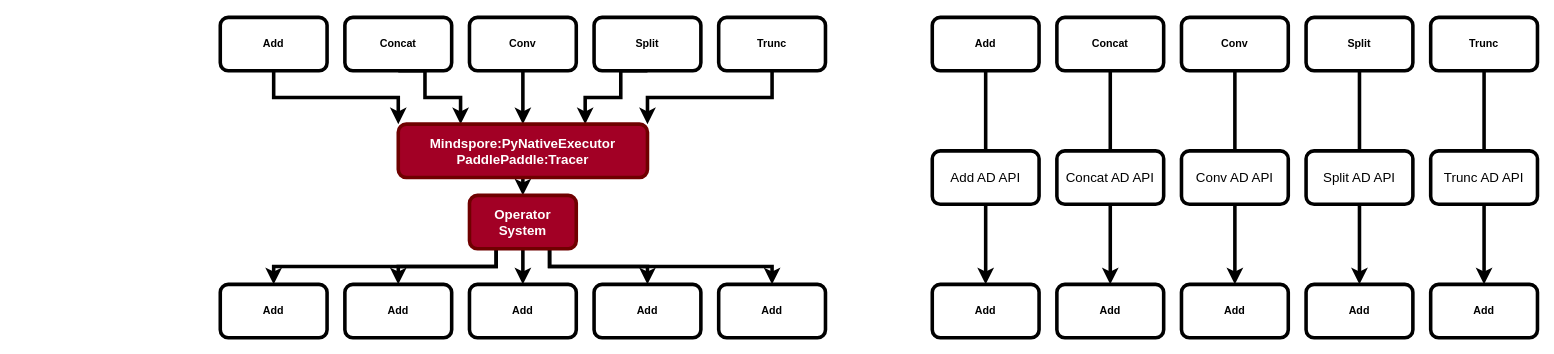
JiabinYang/Doc keeps this draw.io diagram as MindSpore2Paddle.drawio. Above is the earlier version. Source tidied: cells renumbered, new cells numbered last; positions are measured from the earlier drawing's top-left corner, leaving out a move shared by most shapes. Both pictures are drawn from the tidied source at 89%, with x=0, y=0 at pixel (220, 17).
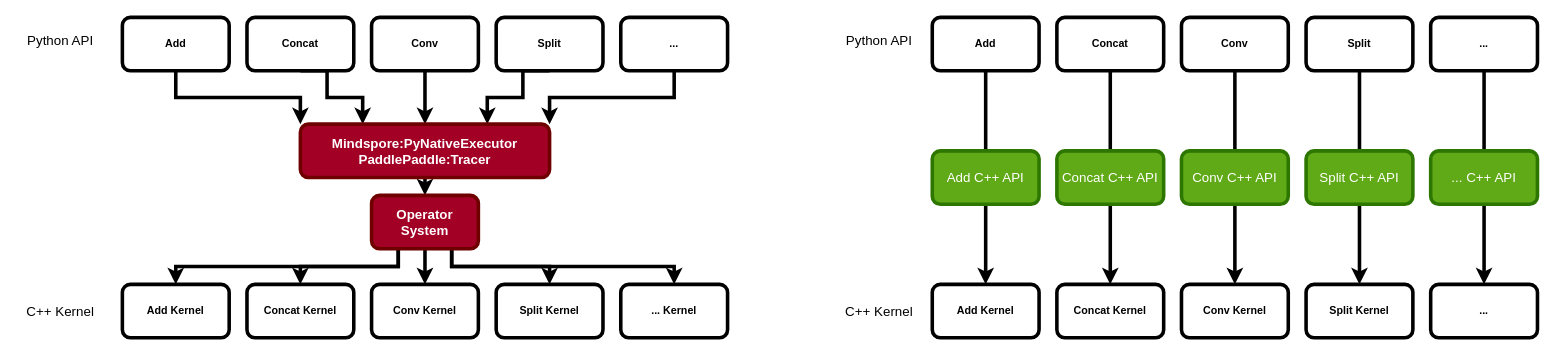
The same diagram, later.

Diff of the diagram source:
```diff
@@
     <mxCell id="3" value="Add" style="rounded=1;whiteSpace=wrap;html=1;strokeWidth=4;fontStyle=1;" parent="1" vertex="1">
-      <mxGeometry width="120" height="60" as="geometry" />
+      <mxGeometry x="-110" width="120" height="60" as="geometry" />
     </mxCell>
@@
-    <mxCell id="5" value="Trunc" style="rounded=1;whiteSpace=wrap;html=1;strokeWidth=4;fontStyle=1;" parent="1" vertex="1">
-      <mxGeometry x="560" width="120" height="60" as="geometry" />
+    <mxCell id="5" value="..." style="rounded=1;whiteSpace=wrap;html=1;strokeWidth=4;fontStyle=1;" parent="1" vertex="1">
+      <mxGeometry x="450" width="120" height="60" as="geometry" />
     </mxCell>
     <mxCell id="6" style="edgeStyle=orthogonalEdgeStyle;rounded=0;jettySize=auto;html=1;exitX=0.5;exitY=1;exitDx=0;exitDy=0;entryX=0.75;entryY=0;entryDx=0;entryDy=0;strokeWidth=4;fontStyle=1;" parent="1" edge="1" source="7" target="18">
       <mxGeometry relative="1" as="geometry">
         <Array as="points">
-          <mxPoint x="450" y="60" />
-          <mxPoint x="450" y="90" />
-          <mxPoint x="410" y="90" />
+          <mxPoint x="340" y="60" />
+          <mxPoint x="340" y="90" />
+          <mxPoint x="300" y="90" />
         </Array>
       </mxGeometry>
     </mxCell>
     <mxCell id="7" value="Split" style="rounded=1;whiteSpace=wrap;html=1;strokeWidth=4;fontStyle=1;" parent="1" vertex="1">
-      <mxGeometry x="420" width="120" height="60" as="geometry" />
+      <mxGeometry x="310" width="120" height="60" as="geometry" />
     </mxCell>
@@
     <mxCell id="9" value="Conv" style="rounded=1;whiteSpace=wrap;html=1;strokeWidth=4;fontStyle=1;" parent="1" vertex="1">
-      <mxGeometry x="280" width="120" height="60" as="geometry" />
+      <mxGeometry x="170" width="120" height="60" as="geometry" />
     </mxCell>
     <mxCell id="10" style="edgeStyle=orthogonalEdgeStyle;rounded=0;jettySize=auto;html=1;exitX=0.5;exitY=1;exitDx=0;exitDy=0;entryX=0.25;entryY=0;entryDx=0;entryDy=0;strokeWidth=4;fontStyle=1;" parent="1" edge="1" source="11" target="18">
       <mxGeometry relative="1" as="geometry">
         <Array as="points">
-          <mxPoint x="230" y="60" />
-          <mxPoint x="230" y="90" />
-          <mxPoint x="270" y="90" />
+          <mxPoint x="120" y="60" />
+          <mxPoint x="120" y="90" />
+          <mxPoint x="160" y="90" />
         </Array>
       </mxGeometry>
     </mxCell>
     <mxCell id="11" value="Concat" style="rounded=1;whiteSpace=wrap;html=1;strokeWidth=4;fontStyle=1;" parent="1" vertex="1">
-      <mxGeometry x="140" width="120" height="60" as="geometry" />
+      <mxGeometry x="30" width="120" height="60" as="geometry" />
     </mxCell>
-    <mxCell id="12" value="Add" style="rounded=1;whiteSpace=wrap;html=1;strokeWidth=4;fontStyle=1;" parent="1" vertex="1">
-      <mxGeometry x="280" y="300" width="120" height="60" as="geometry" />
+    <mxCell id="12" value="Conv Kernel" style="rounded=1;whiteSpace=wrap;html=1;strokeWidth=4;fontStyle=1;" parent="1" vertex="1">
+      <mxGeometry x="170" y="300" width="120" height="60" as="geometry" />
     </mxCell>
-    <mxCell id="13" value="Add" style="rounded=1;whiteSpace=wrap;html=1;strokeWidth=4;fontStyle=1;" parent="1" vertex="1">
-      <mxGeometry y="300" width="120" height="60" as="geometry" />
+    <mxCell id="13" value="Add Kernel" style="rounded=1;whiteSpace=wrap;html=1;strokeWidth=4;fontStyle=1;" parent="1" vertex="1">
+      <mxGeometry x="-110" y="300" width="120" height="60" as="geometry" />
     </mxCell>
-    <mxCell id="14" value="Add" style="rounded=1;whiteSpace=wrap;html=1;strokeWidth=4;fontStyle=1;" parent="1" vertex="1">
-      <mxGeometry x="560" y="300" width="120" height="60" as="geometry" />
+    <mxCell id="14" value="... Kernel" style="rounded=1;whiteSpace=wrap;html=1;strokeWidth=4;fontStyle=1;" parent="1" vertex="1">
+      <mxGeometry x="450" y="300" width="120" height="60" as="geometry" />
     </mxCell>
-    <mxCell id="15" value="Add" style="rounded=1;whiteSpace=wrap;html=1;strokeWidth=4;fontStyle=1;" parent="1" vertex="1">
-      <mxGeometry x="420" y="300" width="120" height="60" as="geometry" />
+    <mxCell id="15" value="Split Kernel" style="rounded=1;whiteSpace=wrap;html=1;strokeWidth=4;fontStyle=1;" parent="1" vertex="1">
+      <mxGeometry x="310" y="300" width="120" height="60" as="geometry" />
     </mxCell>
-    <mxCell id="16" value="Add" style="rounded=1;whiteSpace=wrap;html=1;strokeWidth=4;fontStyle=1;" parent="1" vertex="1">
-      <mxGeometry x="140" y="300" width="120" height="60" as="geometry" />
+    <mxCell id="16" value="Concat Kernel" style="rounded=1;whiteSpace=wrap;html=1;strokeWidth=4;fontStyle=1;" parent="1" vertex="1">
+      <mxGeometry x="30" y="300" width="120" height="60" as="geometry" />
     </mxCell>
@@
     <mxCell id="18" value="Mindspore:PyNativeExecutor&lt;br style=&quot;font-size: 15px;&quot;&gt;PaddlePaddle:Tracer" style="rounded=1;whiteSpace=wrap;html=1;fillColor=#a20025;fontColor=#ffffff;strokeColor=#6F0000;fontStyle=1;fontSize=15;strokeWidth=4;" parent="1" vertex="1">
-      <mxGeometry x="200" y="120" width="280" height="60" as="geometry" />
+      <mxGeometry x="90" y="120" width="280" height="60" as="geometry" />
     </mxCell>
@@
     <mxCell id="24" value="Operator System" style="rounded=1;whiteSpace=wrap;html=1;fillColor=#a20025;fontColor=#ffffff;strokeColor=#6F0000;fontStyle=1;fontSize=15;strokeWidth=4;" parent="1" vertex="1">
-      <mxGeometry x="280" y="200" width="120" height="60" as="geometry" />
+      <mxGeometry x="170" y="200" width="120" height="60" as="geometry" />
     </mxCell>
@@
-    <mxCell id="29" value="Trunc" style="rounded=1;whiteSpace=wrap;html=1;strokeWidth=4;fontStyle=1;" parent="1" vertex="1">
+    <mxCell id="29" value="..." style="rounded=1;whiteSpace=wrap;html=1;strokeWidth=4;fontStyle=1;" parent="1" vertex="1">
       <mxGeometry x="1360" width="120" height="60" as="geometry" />
     </mxCell>
@@
-    <mxCell id="36" value="Add" style="rounded=1;whiteSpace=wrap;html=1;strokeWidth=4;fontStyle=1;" parent="1" vertex="1">
+    <mxCell id="36" value="Conv Kernel" style="rounded=1;whiteSpace=wrap;html=1;strokeWidth=4;fontStyle=1;" parent="1" vertex="1">
       <mxGeometry x="1080" y="300" width="120" height="60" as="geometry" />
     </mxCell>
-    <mxCell id="37" value="Add" style="rounded=1;whiteSpace=wrap;html=1;strokeWidth=4;fontStyle=1;" parent="1" vertex="1">
+    <mxCell id="37" value="Add Kernel" style="rounded=1;whiteSpace=wrap;html=1;strokeWidth=4;fontStyle=1;" parent="1" vertex="1">
       <mxGeometry x="800" y="300" width="120" height="60" as="geometry" />
     </mxCell>
-    <mxCell id="38" value="Add" style="rounded=1;whiteSpace=wrap;html=1;strokeWidth=4;fontStyle=1;" parent="1" vertex="1">
+    <mxCell id="38" value="..." style="rounded=1;whiteSpace=wrap;html=1;strokeWidth=4;fontStyle=1;" parent="1" vertex="1">
       <mxGeometry x="1360" y="300" width="120" height="60" as="geometry" />
     </mxCell>
-    <mxCell id="39" value="Add" style="rounded=1;whiteSpace=wrap;html=1;strokeWidth=4;fontStyle=1;" parent="1" vertex="1">
+    <mxCell id="39" value="Split Kernel" style="rounded=1;whiteSpace=wrap;html=1;strokeWidth=4;fontStyle=1;" parent="1" vertex="1">
       <mxGeometry x="1220" y="300" width="120" height="60" as="geometry" />
     </mxCell>
-    <mxCell id="40" value="Add" style="rounded=1;whiteSpace=wrap;html=1;strokeWidth=4;fontStyle=1;" parent="1" vertex="1">
+    <mxCell id="40" value="Concat Kernel" style="rounded=1;whiteSpace=wrap;html=1;strokeWidth=4;fontStyle=1;" parent="1" vertex="1">
       <mxGeometry x="940" y="300" width="120" height="60" as="geometry" />
     </mxCell>
-    <mxCell id="41" value="Add AD API" style="rounded=1;whiteSpace=wrap;html=1;fontSize=15;strokeWidth=4;" parent="1" vertex="1">
+    <mxCell id="41" value="Add C++ API" style="rounded=1;whiteSpace=wrap;html=1;fontSize=15;strokeWidth=4;fillColor=#60a917;fontColor=#ffffff;strokeColor=#2D7600;" parent="1" vertex="1">
       <mxGeometry x="800" y="150" width="120" height="60" as="geometry" />
     </mxCell>
-    <mxCell id="42" value="Conv AD API" style="rounded=1;whiteSpace=wrap;html=1;fontSize=15;strokeWidth=4;" parent="1" vertex="1">
+    <mxCell id="42" value="Conv C++ API" style="rounded=1;whiteSpace=wrap;html=1;fontSize=15;strokeWidth=4;fillColor=#60a917;fontColor=#ffffff;strokeColor=#2D7600;" parent="1" vertex="1">
       <mxGeometry x="1080" y="150" width="120" height="60" as="geometry" />
     </mxCell>
-    <mxCell id="43" value="Concat AD API" style="rounded=1;whiteSpace=wrap;html=1;fontSize=15;strokeWidth=4;" parent="1" vertex="1">
+    <mxCell id="43" value="Concat C++ API" style="rounded=1;whiteSpace=wrap;html=1;fontSize=15;strokeWidth=4;fillColor=#60a917;fontColor=#ffffff;strokeColor=#2D7600;" parent="1" vertex="1">
       <mxGeometry x="940" y="150" width="120" height="60" as="geometry" />
     </mxCell>
-    <mxCell id="44" value="Trunc AD API" style="rounded=1;whiteSpace=wrap;html=1;fontSize=15;strokeWidth=4;" parent="1" vertex="1">
+    <mxCell id="44" value="... C++ API" style="rounded=1;whiteSpace=wrap;html=1;fontSize=15;strokeWidth=4;fillColor=#60a917;fontColor=#ffffff;strokeColor=#2D7600;" parent="1" vertex="1">
       <mxGeometry x="1360" y="150" width="120" height="60" as="geometry" />
     </mxCell>
-    <mxCell id="45" value="Split AD API" style="rounded=1;whiteSpace=wrap;html=1;fontSize=15;strokeWidth=4;" parent="1" vertex="1">
+    <mxCell id="45" value="Split C++ API" style="rounded=1;whiteSpace=wrap;html=1;fontSize=15;strokeWidth=4;fillColor=#60a917;fontColor=#ffffff;strokeColor=#2D7600;" parent="1" vertex="1">
       <mxGeometry x="1220" y="150" width="120" height="60" as="geometry" />
     </mxCell>
+    <mxCell id="46" value="Python API" style="text;html=1;align=center;verticalAlign=middle;strokeColor=none;fillColor=none;fontSize=15;" parent="1" vertex="1">
+      <mxGeometry x="-230" y="10" width="100" height="30" as="geometry" />
+    </mxCell>
+    <mxCell id="47" value="C++ Kernel" style="text;html=1;align=center;verticalAlign=middle;strokeColor=none;fillColor=none;fontSize=15;" parent="1" vertex="1">
+      <mxGeometry x="-230" y="315" width="100" height="30" as="geometry" />
+    </mxCell>
+    <mxCell id="48" value="Python API" style="text;html=1;align=center;verticalAlign=middle;strokeColor=none;fillColor=none;fontSize=15;" parent="1" vertex="1">
+      <mxGeometry x="690" y="10" width="100" height="30" as="geometry" />
+    </mxCell>
+    <mxCell id="49" value="C++ Kernel" style="text;html=1;align=center;verticalAlign=middle;strokeColor=none;fillColor=none;fontSize=15;" parent="1" vertex="1">
+      <mxGeometry x="690" y="315" width="100" height="30" as="geometry" />
+    </mxCell>
```
